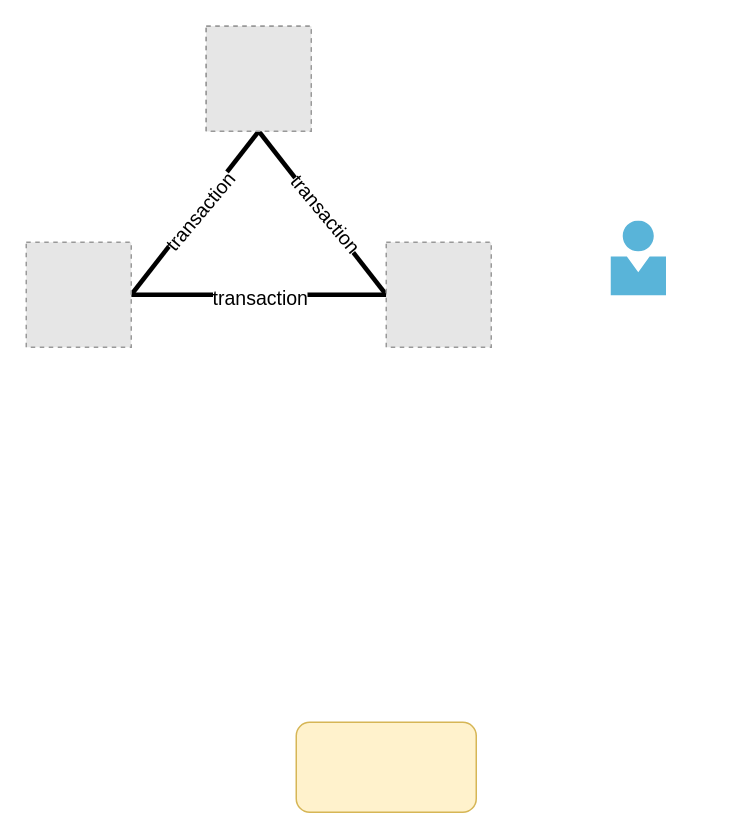
chuchugao2/graph keeps this draw.io diagram as test.drawio. Above is the earlier version. Source tidied: cells renumbered, new cells numbered last; positions are measured from the earlier drawing's top-left corner, leaving out a move shared by most shapes. Both pictures are drawn from the tidied source at 150%, with x=0, y=0 at pixel (26, 26). Pictures stored in the file or linked from it are replaced by grey dashed boxes.
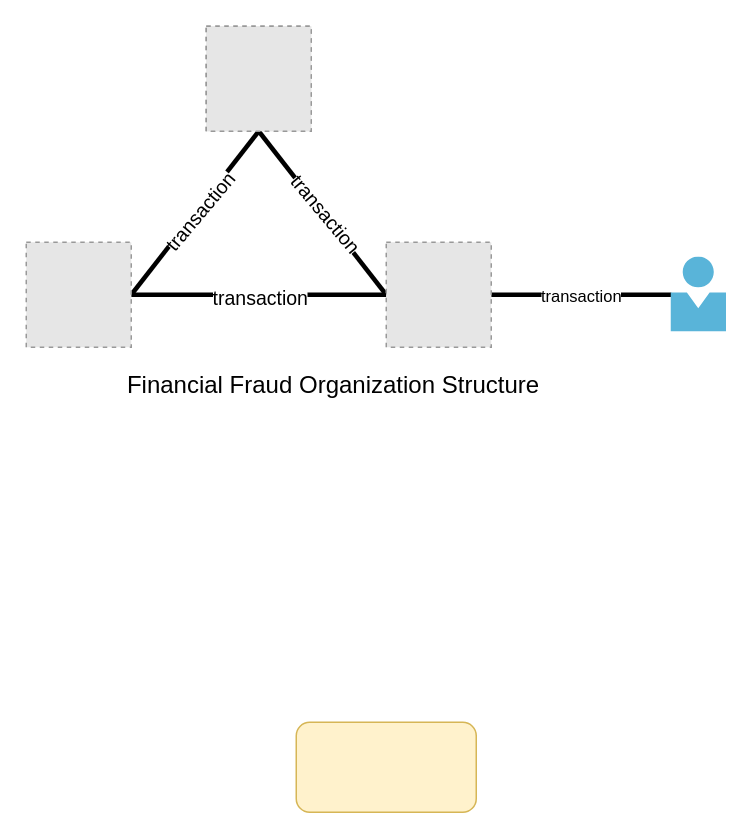
After the change.

Diff of the diagram source:
```diff
@@
 <mxGraphModel>
   <root>
     <mxCell id="0" />
     <mxCell id="1" parent="0" />
     <mxCell id="2" style="rounded=1;whiteSpace=wrap;html=1;fillColor=#fff2cc;strokeColor=#d6b656;" parent="1" vertex="1">
       <mxGeometry x="180" y="464" width="120" height="60" as="geometry" />
     </mxCell>
     <mxCell id="3" style="fillColor=#E6E6E6;strokeColor=#999999;dashed=1;html=1;verticalAlign=top;verticalLabelPosition=bottom;labelBackgroundColor=#ffffff;" parent="1" vertex="1">
       <mxGeometry x="120" width="70" height="70" as="geometry" />
     </mxCell>
     <mxCell id="4" style="rounded=0;jettySize=auto;html=1;entryX=1;entryY=0.5;entryDx=0;entryDy=0;startArrow=none;startFill=0;exitX=0.5;exitY=1;exitDx=0;exitDy=0;strokeWidth=3;endArrow=none;endFill=0;" parent="1" edge="1" source="8" target="11">
       <mxGeometry relative="1" as="geometry" />
     </mxCell>
     <mxCell id="5" value="transaction" style="edgeLabel;html=1;align=center;verticalAlign=middle;rotation=-50;fontSize=13;" parent="4" vertex="1">
       <mxGeometry x="0.03" y="5" relative="1" as="geometry">
         <mxPoint y="-5" as="offset" />
       </mxGeometry>
     </mxCell>
     <mxCell id="6" style="rounded=0;jettySize=auto;html=1;exitX=0.5;exitY=1;exitDx=0;exitDy=0;entryX=0;entryY=0.5;entryDx=0;entryDy=0;strokeWidth=3;endArrow=none;endFill=0;" parent="1" edge="1" source="8" target="12">
       <mxGeometry relative="1" as="geometry" />
     </mxCell>
     <mxCell id="7" value="transaction" style="edgeLabel;html=1;align=center;verticalAlign=middle;rotation=50;fontSize=13;" parent="6" vertex="1">
       <mxGeometry x="-0.15" y="2" relative="1" as="geometry">
         <mxPoint x="7" y="9" as="offset" />
       </mxGeometry>
     </mxCell>
     <mxCell id="8" style="fillColor=#E6E6E6;strokeColor=#999999;dashed=1;html=1;verticalAlign=top;verticalLabelPosition=bottom;labelBackgroundColor=#ffffff;" parent="1" vertex="1">
       <mxGeometry x="120" width="70" height="70" as="geometry" />
     </mxCell>
     <mxCell id="9" style="edgeStyle=orthogonalEdgeStyle;rounded=0;jettySize=auto;html=1;endArrow=none;endFill=0;strokeWidth=3;" parent="1" edge="1" source="11" target="12">
       <mxGeometry relative="1" as="geometry" />
     </mxCell>
     <mxCell id="10" value="transaction" style="edgeLabel;html=1;align=center;verticalAlign=middle;fontSize=13;" parent="9" vertex="1">
       <mxGeometry x="-0.19" y="-1" relative="1" as="geometry">
         <mxPoint x="16" as="offset" />
       </mxGeometry>
     </mxCell>
     <mxCell id="11" style="fillColor=#E6E6E6;strokeColor=#999999;dashed=1;html=1;verticalAlign=top;verticalLabelPosition=bottom;labelBackgroundColor=#ffffff;" parent="1" vertex="1">
       <mxGeometry y="144" width="70" height="70" as="geometry" />
     </mxCell>
+    <mxCell id="14" style="edgeStyle=orthogonalEdgeStyle;rounded=0;jettySize=auto;html=1;exitX=1;exitY=0.5;exitDx=0;exitDy=0;strokeWidth=3;endArrow=none;endFill=0;" parent="1" edge="1" source="12" target="13">
+      <mxGeometry relative="1" as="geometry" />
+    </mxCell>
+    <mxCell id="15" value="transaction" style="edgeLabel;html=1;align=center;verticalAlign=middle;" parent="14" vertex="1">
+      <mxGeometry x="-0.06" y="-1" relative="1" as="geometry">
+        <mxPoint x="3" y="-1" as="offset" />
+      </mxGeometry>
+    </mxCell>
     <mxCell id="12" style="fillColor=#E6E6E6;strokeColor=#999999;dashed=1;html=1;verticalAlign=top;verticalLabelPosition=bottom;labelBackgroundColor=#ffffff;" parent="1" vertex="1">
       <mxGeometry x="240" y="144" width="70" height="70" as="geometry" />
     </mxCell>
     <mxCell id="13" style="image;sketch=0;html=1;points=[];align=center;fontSize=12;image=img/lib/mscae/Person.svg;" parent="1" vertex="1">
-      <mxGeometry x="390" y="130" width="37" height="50" as="geometry" />
+      <mxGeometry x="430" y="154" width="37" height="50" as="geometry" />
     </mxCell>
+    <mxCell id="16" value="Financial Fraud Organization Structure" style="text;html=1;strokeColor=none;fillColor=none;align=center;verticalAlign=middle;whiteSpace=wrap;rounded=0;strokeWidth=5;fontSize=16;" parent="1" vertex="1">
+      <mxGeometry x="50" y="214" width="310" height="50" as="geometry" />
+    </mxCell>
   </root>
 </mxGraphModel>
```
